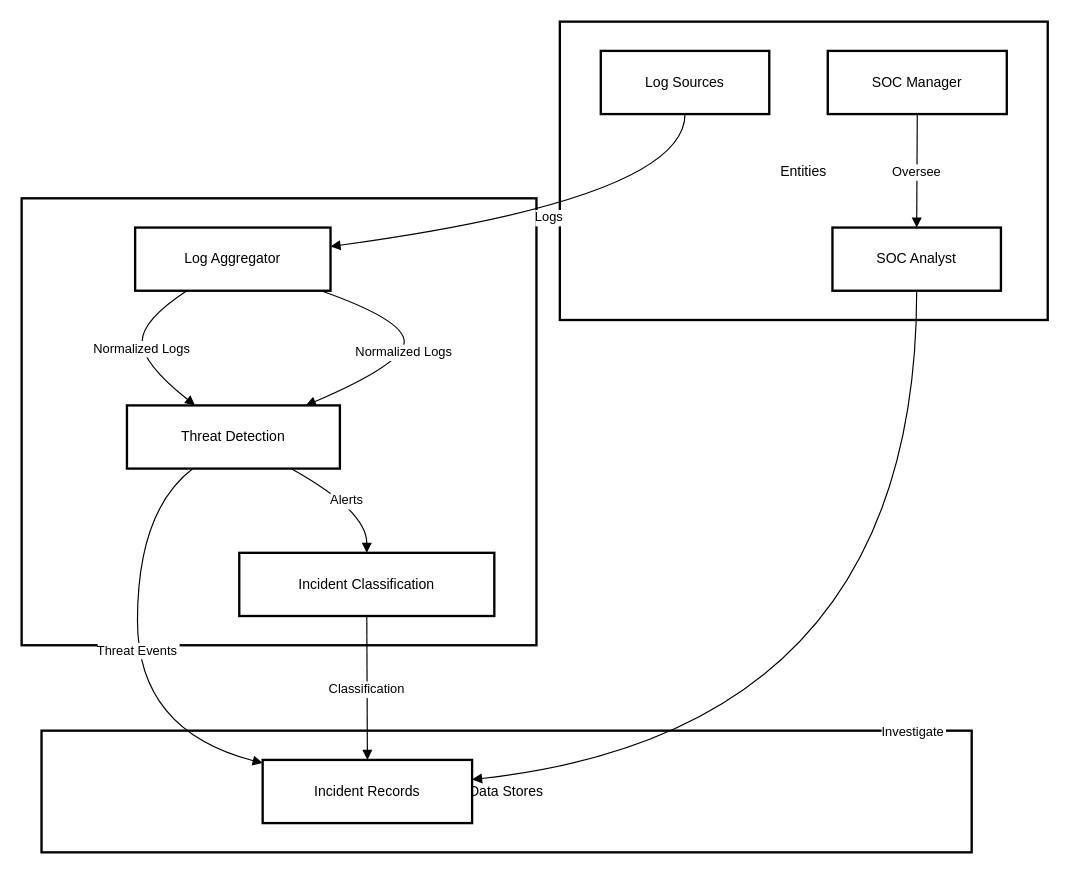
Aaddii21/flowcharts keeps this draw.io diagram as SOCdfdl1.drawio. Above is the earlier version. Source tidied: cells renumbered, new cells numbered last; positions are measured from the earlier drawing's top-left corner, leaving out a move shared by most shapes. Both pictures are drawn from the tidied source at 117%, with x=0, y=0 at pixel (21, 21).
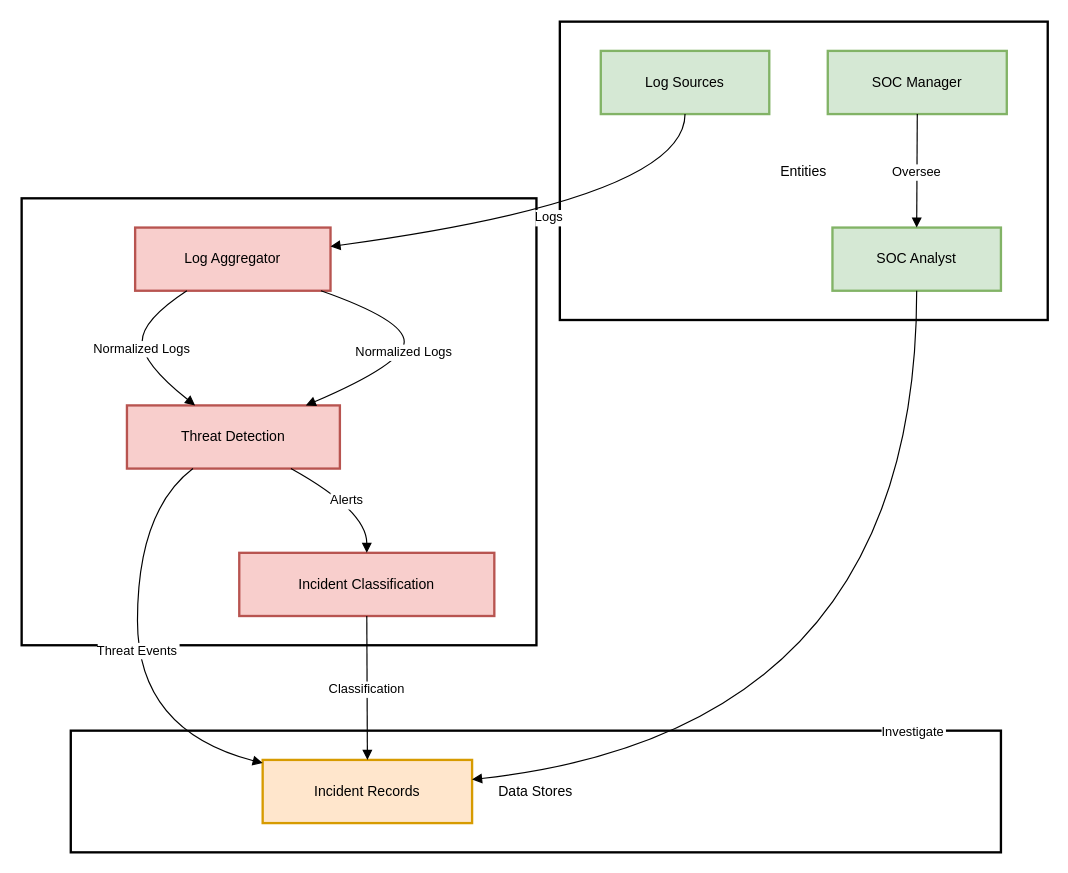
After the change.

What changed in the source:
```diff
@@
     <mxCell id="3" value="Data Stores" style="whiteSpace=wrap;strokeWidth=2;" parent="1" vertex="1">
-      <mxGeometry x="17" y="606" width="795" height="104" as="geometry" />
+      <mxGeometry x="42" y="606" width="795" height="104" as="geometry" />
     </mxCell>
@@
-    <mxCell id="5" value="Log Aggregator" style="whiteSpace=wrap;strokeWidth=2;" parent="1" vertex="1">
+    <mxCell id="5" value="Log Aggregator" style="whiteSpace=wrap;strokeWidth=2;fillColor=#f8cecc;strokeColor=#b85450;" parent="1" vertex="1">
       <mxGeometry x="97" y="176" width="167" height="54" as="geometry" />
     </mxCell>
-    <mxCell id="6" value="Threat Detection" style="whiteSpace=wrap;strokeWidth=2;" parent="1" vertex="1">
+    <mxCell id="6" value="Threat Detection" style="whiteSpace=wrap;strokeWidth=2;fillColor=#f8cecc;strokeColor=#b85450;" parent="1" vertex="1">
       <mxGeometry x="90" y="328" width="182" height="54" as="geometry" />
     </mxCell>
-    <mxCell id="7" value="Incident Classification" style="whiteSpace=wrap;strokeWidth=2;" parent="1" vertex="1">
+    <mxCell id="7" value="Incident Classification" style="whiteSpace=wrap;strokeWidth=2;fillColor=#f8cecc;strokeColor=#b85450;" parent="1" vertex="1">
       <mxGeometry x="186" y="454" width="218" height="54" as="geometry" />
     </mxCell>
-    <mxCell id="8" value="Incident Records" style="whiteSpace=wrap;strokeWidth=2;" parent="1" vertex="1">
+    <mxCell id="8" value="Incident Records" style="whiteSpace=wrap;strokeWidth=2;fillColor=#ffe6cc;strokeColor=#d79b00;" parent="1" vertex="1">
       <mxGeometry x="206" y="631" width="179" height="54" as="geometry" />
     </mxCell>
-    <mxCell id="9" value="Log Sources" style="whiteSpace=wrap;strokeWidth=2;" parent="1" vertex="1">
+    <mxCell id="9" value="Log Sources" style="whiteSpace=wrap;strokeWidth=2;fillColor=#d5e8d4;strokeColor=#82b366;" parent="1" vertex="1">
       <mxGeometry x="495" y="25" width="144" height="54" as="geometry" />
     </mxCell>
-    <mxCell id="10" value="SOC Analyst" style="whiteSpace=wrap;strokeWidth=2;" parent="1" vertex="1">
+    <mxCell id="10" value="SOC Analyst" style="whiteSpace=wrap;strokeWidth=2;fillColor=#d5e8d4;strokeColor=#82b366;" parent="1" vertex="1">
       <mxGeometry x="693" y="176" width="144" height="54" as="geometry" />
     </mxCell>
-    <mxCell id="11" value="SOC Manager" style="whiteSpace=wrap;strokeWidth=2;" parent="1" vertex="1">
+    <mxCell id="11" value="SOC Manager" style="whiteSpace=wrap;strokeWidth=2;fillColor=#d5e8d4;strokeColor=#82b366;" parent="1" vertex="1">
       <mxGeometry x="689" y="25" width="153" height="54" as="geometry" />
     </mxCell>
```
